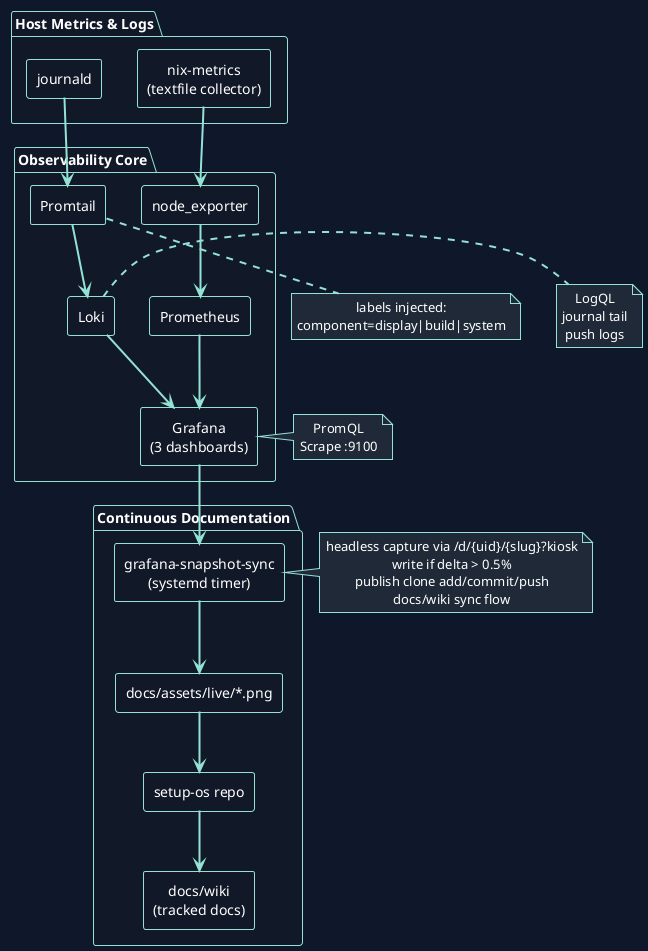
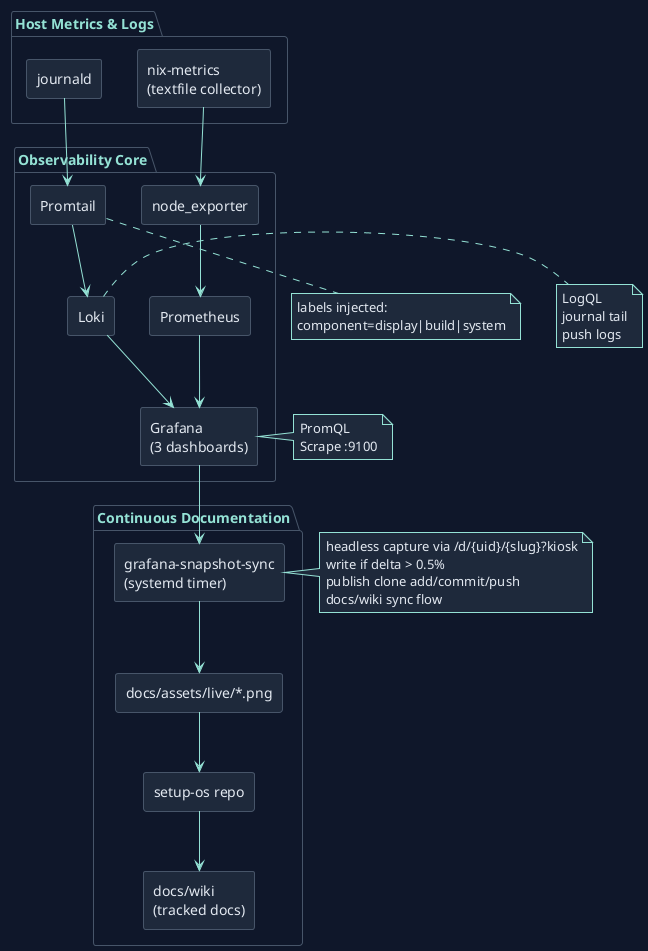
@startuml
!theme plain
skinparam backgroundColor #0f172a
- skinparam defaultTextAlignment center
- skinparam defaultFontColor #ffffff
- skinparam ArrowFontColor #ffffff
- skinparam ArrowColor #94e2d5
- skinparam ArrowThickness 2
- skinparam packageBorderColor #94e2d5
- skinparam packageBackgroundColor #111827
- skinparam packageFontColor #ffffff
- skinparam packageArrowFontColor #ffffff
- skinparam rectangleBorderColor #94e2d5
- skinparam rectangleBackgroundColor #111827
- skinparam rectangleFontColor #ffffff
- skinparam rectangleArrowFontColor #ffffff
- skinparam noteBackgroundColor #1f2937
- skinparam noteBorderColor #94e2d5
- skinparam noteFontColor #ffffff
+ skinparam defaultFontColor #e2e8f0
+ skinparam arrowColor #94e2d5
+ skinparam borderColor #475569
+ skinparam shadowing false
+ 
+ skinparam rectangle {
+   BackgroundColor #1e293b
+   BorderColor #475569
+   FontColor #e2e8f0
+ }
+ skinparam package {
+   BackgroundColor #0f172a
+   BorderColor #475569
+   FontColor #94e2d5
+ }
+ skinparam note {
+   BackgroundColor #1e293b
+   BorderColor #94e2d5
+   FontColor #e2e8f0
+ }

package "Host Metrics & Logs" {
  rectangle "nix-metrics\n(textfile collector)" as nix_metrics
  rectangle "journald" as journald
}

package "Observability Core" {
  rectangle "node_exporter" as node_exporter
  rectangle "Prometheus" as prometheus
  rectangle "Promtail" as promtail
  rectangle "Loki" as loki
  rectangle "Grafana\n(3 dashboards)" as grafana
}

package "Continuous Documentation" {
  rectangle "grafana-snapshot-sync\n(systemd timer)" as snapshot
  rectangle "docs/assets/live/*.png" as pngs
  rectangle "setup-os repo" as repo
  rectangle "docs/wiki\n(tracked docs)" as wiki
}

nix_metrics --> node_exporter

node_exporter --> prometheus

prometheus --> grafana

note right of grafana
PromQL
Scrape :9100
end note

journald --> promtail

promtail --> loki

loki --> grafana

note right of loki
LogQL
journal tail
push logs
end note

grafana --> snapshot

snapshot --> pngs

pngs --> repo

repo --> wiki

note right of snapshot
headless capture via /d/{uid}/{slug}?kiosk
write if delta > 0.5%
publish clone add/commit/push
docs/wiki sync flow
end note

note bottom of promtail
labels injected:
component=display|build|system
end note

@enduml
